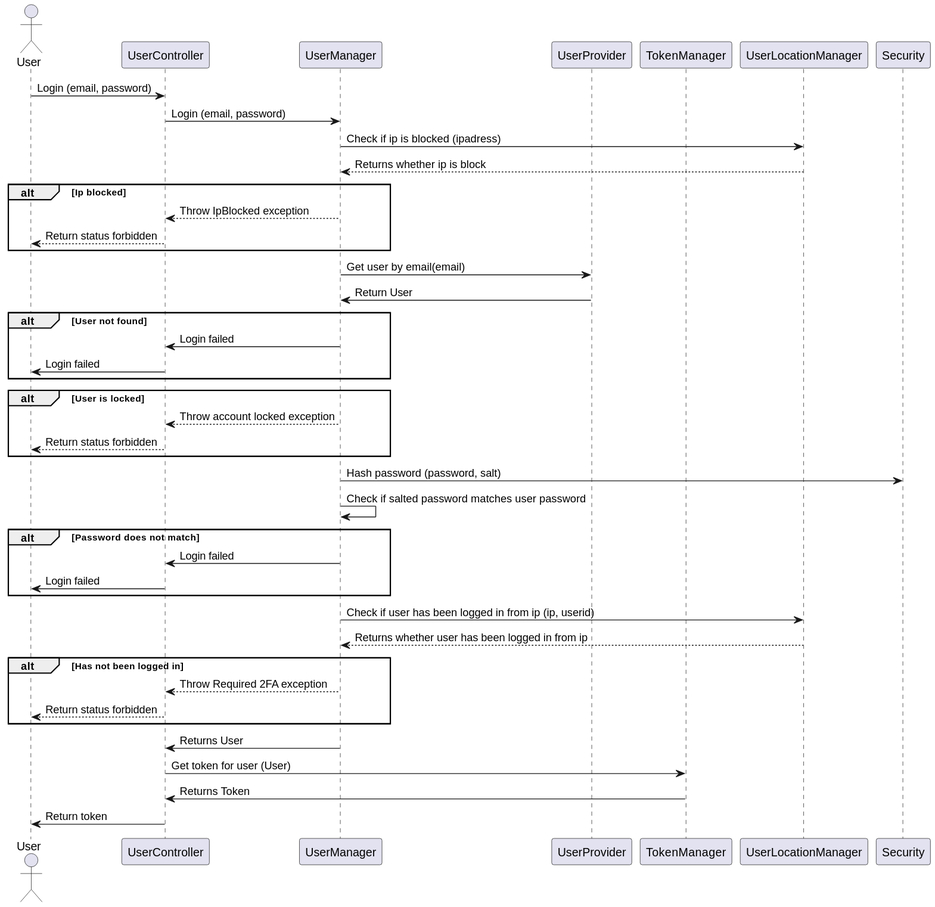
Before: Docs/out/SDDiagrams/LoginSD/Login SD.svg, a diagram exported from PlantUML (blackout1471/trust-us-school).
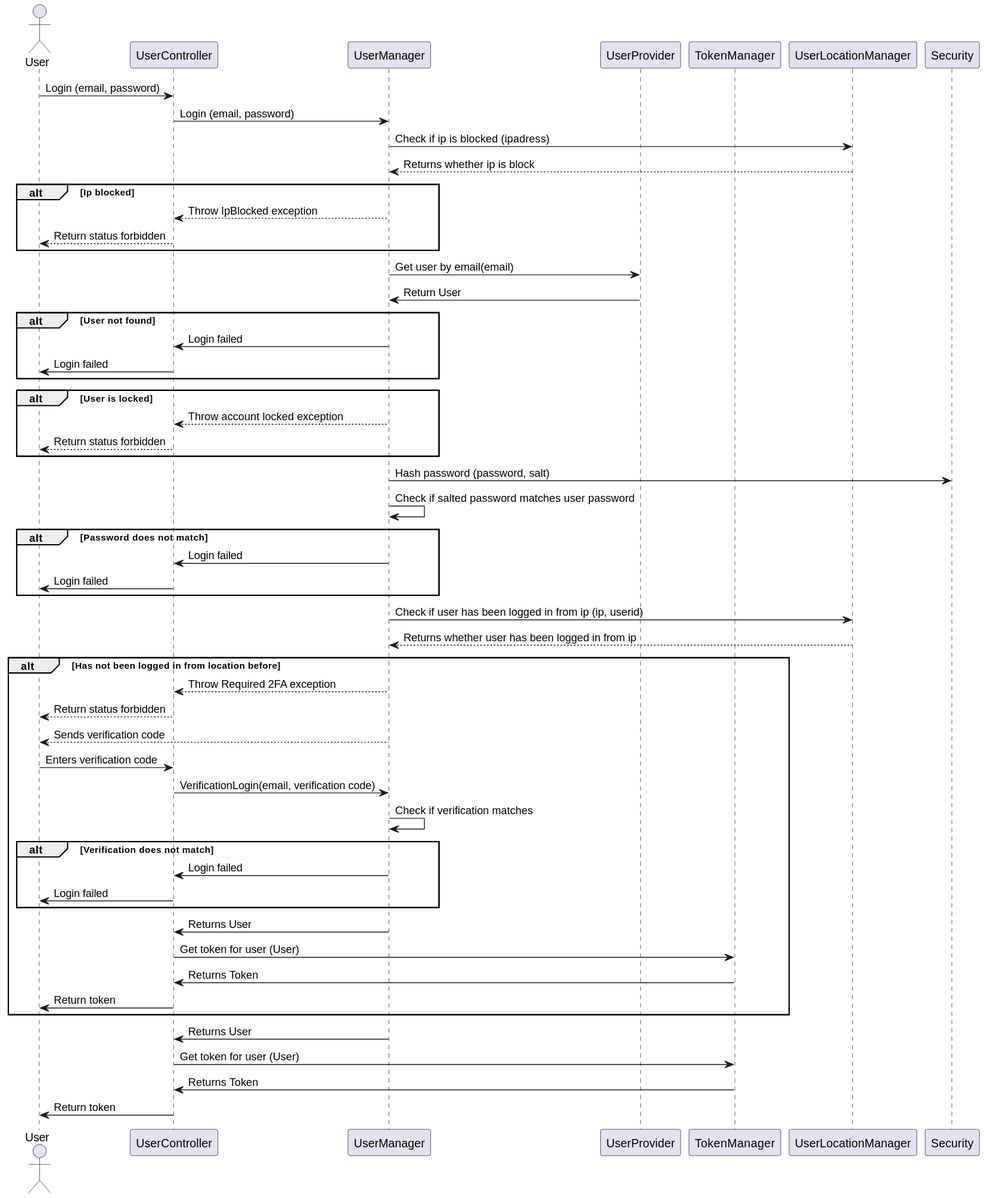
The same diagram one commit later.

Change to the diagram source:
```diff
@@ -50,11 +50,24 @@
 UserManager->UserLocationManager: Check if user has been logged in from ip (ip, userid)
 UserLocationManager-->UserManager: Returns whether user has been logged in from ip
 
-alt Has not been logged in
+alt Has not been logged in from location before
 
 UserManager-->UserController: Throw Required 2FA exception
 UserController-->User: Return status forbidden
+UserManager-->User: Sends verification code
+User->UserController: Enters verification code
+UserController->UserManager: VerificationLogin(email, verification code)
+UserManager->UserManager: Check if verification matches
+alt Verification does not match
 
+UserManager->UserController: Login failed
+UserController->User: Login failed
+
+end
+UserManager->UserController: Returns User
+UserController->TokenManager: Get token for user (User)
+TokenManager->UserController: Returns Token
+UserController->User: Return token
 end
 
 UserManager->UserController: Returns User
```
